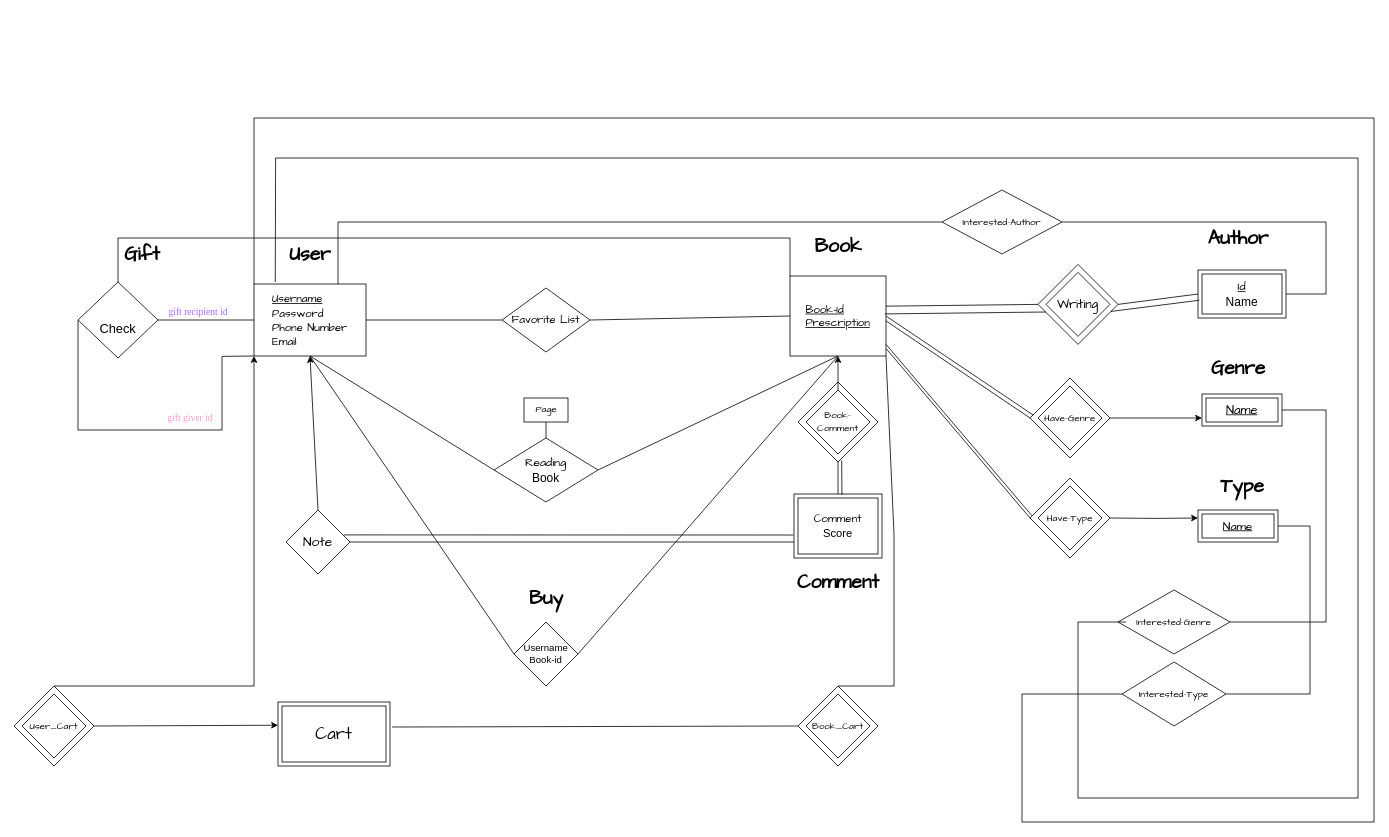
Earlier version of the draw.io diagram Untitled Diagram.drawio (fatemehprb/ER-Diagram). Source tidied: cells renumbered, new cells numbered last; positions are measured from the earlier drawing's top-left corner, leaving out a move shared by most shapes. Both pictures are drawn from the tidied source at 80%, with x=0, y=0 at pixel (14, 118).
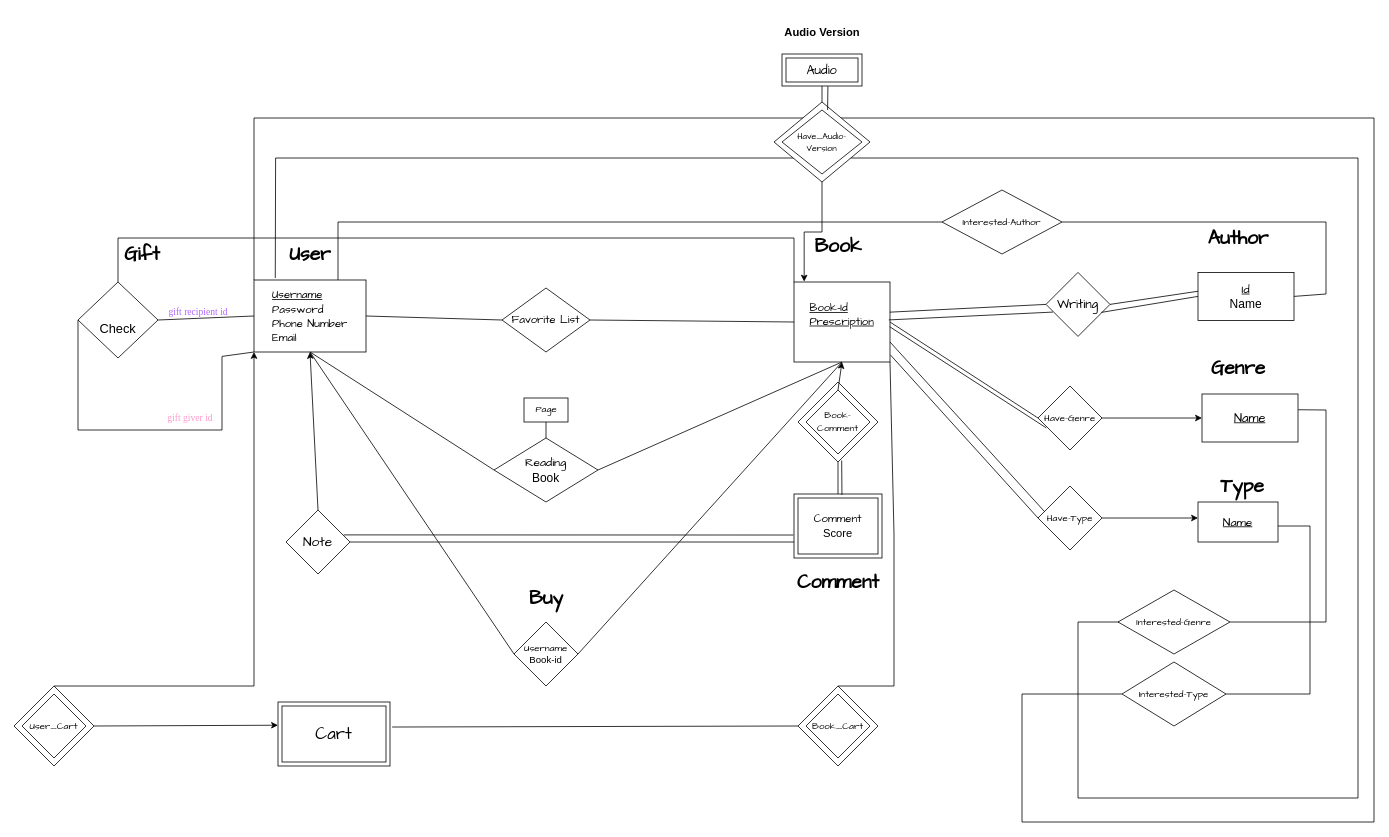
The same diagram, later.

Commit message:
Adio version entity was added

The change refers to these unchanged cells:
```xml
<mxCell id="39" value="&lt;font style=&quot;font-size: 16px;&quot;&gt;&lt;br&gt;&lt;/font&gt;&lt;div style=&quot;font-size: 16px;&quot;&gt;&lt;font style=&quot;font-size: 16px;&quot; face=&quot;c_LbgyrrG6FDdpBPeejG&quot;&gt;Check&lt;br&gt;&lt;/font&gt;&lt;/div&gt;" style="rhombus;whiteSpace=wrap;html=1;" parent="1" vertex="1">
  <mxGeometry x="80" y="205" width="100" height="95" as="geometry" />
</mxCell>
<mxCell id="50" value="&lt;font style=&quot;font-size: 16px;&quot; face=&quot;Comic Sans MS&quot;&gt;Writing&lt;/font&gt;" style="rhombus;whiteSpace=wrap;html=1;" parent="1" vertex="1">
  <mxGeometry x="1290" y="193" width="80" height="80" as="geometry" />
</mxCell>
<mxCell id="57" value="&lt;font face=&quot;Comic Sans MS&quot;&gt;Have-Genre&lt;/font&gt;" style="rhombus;whiteSpace=wrap;html=1;" parent="1" vertex="1">
  <mxGeometry x="1280" y="335" width="80" height="80" as="geometry" />
</mxCell>
<mxCell id="63" value="&lt;font face=&quot;Comic Sans MS&quot;&gt;Have-Type&lt;/font&gt;" style="rhombus;whiteSpace=wrap;html=1;" parent="1" vertex="1">
  <mxGeometry x="1280" y="460" width="80" height="80" as="geometry" />
</mxCell>
<mxCell id="69" value="&lt;font face=&quot;Comic Sans MS&quot;&gt;Interested-Genre&lt;/font&gt;" style="rhombus;whiteSpace=wrap;html=1;" parent="1" vertex="1">
  <mxGeometry x="1380" y="590" width="140" height="80" as="geometry" />
</mxCell>
<mxCell id="70" value="&lt;font face=&quot;Comic Sans MS&quot;&gt;Interested-Type&lt;/font&gt;" style="rhombus;whiteSpace=wrap;html=1;" parent="1" vertex="1">
  <mxGeometry x="1385" y="680" width="130" height="80" as="geometry" />
</mxCell>
```

Change to the diagram source:
```diff
@@
-    <mxCell id="2" style="rhombus;whiteSpace=wrap;html=1;" parent="1" vertex="1">
-      <mxGeometry x="1270" y="450" width="100" height="100" as="geometry" />
-    </mxCell>
+    <mxCell id="71" style="endArrow=none;html=1;rounded=0;entryX=0.071;entryY=0.5;entryDx=0;entryDy=0;entryPerimeter=0;exitX=0.19;exitY=-0.028;exitDx=0;exitDy=0;exitPerimeter=0;" parent="1" edge="1" source="10" target="69">
+      <mxGeometry relative="1" as="geometry">
+        <Array as="points">
+          <mxPoint x="327" y="50" />
+          <mxPoint x="1680" y="50" />
+          <mxPoint x="1680" y="850" />
+          <mxPoint x="1330" y="850" />
+          <mxPoint x="1330" y="630" />
+        </Array>
+      </mxGeometry>
+    </mxCell>
+    <mxCell id="73" style="endArrow=none;html=1;rounded=0;exitX=0;exitY=0.5;exitDx=0;exitDy=0;entryX=0;entryY=0;entryDx=0;entryDy=0;" parent="1" edge="1" source="70" target="10">
+      <mxGeometry relative="1" as="geometry">
+        <Array as="points">
+          <mxPoint x="1260" y="720" />
+          <mxPoint x="1260" y="880" />
+          <mxPoint x="1700" y="880" />
+          <mxPoint x="1700" />
+          <mxPoint x="300" />
+        </Array>
+      </mxGeometry>
+    </mxCell>
+    <mxCell id="76" style="rhombus;whiteSpace=wrap;html=1;" parent="1" vertex="1">
+      <mxGeometry x="950" y="-20" width="120" height="100" as="geometry" />
+    </mxCell>
-    <mxCell id="3" style="edgeStyle=orthogonalEdgeStyle;rounded=0;jettySize=auto;html=1;exitX=1;exitY=0.5;exitDx=0;exitDy=0;entryX=0;entryY=0.75;entryDx=0;entryDy=0;" parent="1" edge="1" source="4" target="55">
-      <mxGeometry relative="1" as="geometry" />
+    <mxCell id="3" style="edgeStyle=orthogonalEdgeStyle;rounded=0;jettySize=auto;html=1;entryX=0;entryY=0.75;entryDx=0;entryDy=0;exitX=0.966;exitY=0.5;exitDx=0;exitDy=0;exitPerimeter=0;" parent="1" edge="1" source="57">
+      <mxGeometry relative="1" as="geometry">
+        <mxPoint x="1485" y="375" as="targetPoint" />
+      </mxGeometry>
     </mxCell>
-    <mxCell id="4" style="rhombus;whiteSpace=wrap;html=1;" parent="1" vertex="1">
-      <mxGeometry x="1270" y="325" width="100" height="100" as="geometry" />
-    </mxCell>
-    <mxCell id="5" style="rhombus;whiteSpace=wrap;html=1;" parent="1" vertex="1">
-      <mxGeometry x="1280" y="183" width="100" height="100" as="geometry" />
-    </mxCell>
@@
     <mxCell id="10" value="&lt;div style=&quot;font-size: 14px;&quot; align=&quot;left&quot;&gt;&lt;font face=&quot;Comic Sans MS&quot;&gt;&lt;u&gt;Username&lt;/u&gt;&lt;/font&gt;&lt;/div&gt;&lt;div style=&quot;font-size: 14px;&quot; align=&quot;left&quot;&gt;&lt;font face=&quot;Comic Sans MS&quot;&gt;Password&lt;/font&gt;&lt;/div&gt;&lt;div style=&quot;font-size: 14px;&quot; align=&quot;left&quot;&gt;&lt;font face=&quot;Comic Sans MS&quot;&gt;Phone Number&lt;/font&gt;&lt;/div&gt;&lt;div style=&quot;font-size: 14px;&quot; align=&quot;left&quot;&gt;&lt;font face=&quot;Comic Sans MS&quot;&gt;Email&lt;br&gt;&lt;/font&gt;&lt;/div&gt;" style="rounded=0;whiteSpace=wrap;html=1;" parent="1" vertex="1">
-      <mxGeometry x="300" y="207.5" width="140" height="90" as="geometry" />
+      <mxGeometry x="300" y="202.5" width="140" height="90" as="geometry" />
     </mxCell>
@@
-    <mxCell id="12" value="&lt;div align=&quot;left&quot; style=&quot;font-size: 14px;&quot;&gt;&lt;font style=&quot;font-size: 14px;&quot;&gt;&lt;u&gt;Book-Id&lt;/u&gt;&lt;/font&gt;&lt;/div&gt;&lt;div align=&quot;left&quot; style=&quot;font-size: 14px;&quot;&gt;&lt;font style=&quot;font-size: 14px;&quot;&gt;&lt;u&gt;Prescription&lt;/u&gt;&lt;/font&gt;&lt;/div&gt;" style="rounded=0;whiteSpace=wrap;html=1;fontFamily=Comic Sans MS;" parent="1" vertex="1">
-      <mxGeometry x="970" y="197.5" width="120" height="100" as="geometry" />
+    <mxCell id="12" value="&lt;div align=&quot;left&quot; style=&quot;font-size: 14px;&quot;&gt;&lt;font style=&quot;font-size: 14px;&quot;&gt;&lt;u&gt;Book-Id&lt;/u&gt;&lt;/font&gt;&lt;/div&gt;&lt;div align=&quot;left&quot; style=&quot;font-size: 14px;&quot;&gt;&lt;font style=&quot;font-size: 14px;&quot;&gt;&lt;u&gt;Prescription&lt;/u&gt;&lt;/font&gt;&lt;/div&gt;&lt;div align=&quot;left&quot; style=&quot;font-size: 14px;&quot;&gt;&lt;font style=&quot;font-size: 14px;&quot;&gt;&lt;u&gt;&lt;br&gt;&lt;/u&gt;&lt;/font&gt;&lt;/div&gt;" style="rounded=0;whiteSpace=wrap;html=1;fontFamily=Comic Sans MS;" parent="1" vertex="1">
+      <mxGeometry x="975" y="205" width="120" height="100" as="geometry" />
     </mxCell>
@@
-    <mxCell id="28" value="&lt;div&gt;Username&lt;/div&gt;&lt;div&gt;Book-id&lt;br&gt;&lt;/div&gt;" style="rhombus;whiteSpace=wrap;html=1;" parent="1" vertex="1">
+    <mxCell id="28" value="&lt;div&gt;&lt;font face=&quot;Comic Sans MS&quot;&gt;Username&lt;/font&gt;&lt;/div&gt;&lt;div&gt;&lt;font face=&quot;L2Dm1wsvutH76fv0rr43&quot;&gt;Book-id&lt;br&gt;&lt;/font&gt;&lt;/div&gt;" style="rhombus;whiteSpace=wrap;html=1;" parent="1" vertex="1">
       <mxGeometry x="625" y="630" width="80" height="80" as="geometry" />
     </mxCell>
@@
     <mxCell id="45" style="endArrow=none;html=1;rounded=0;exitX=0.5;exitY=0;exitDx=0;exitDy=0;entryX=0;entryY=0;entryDx=0;entryDy=0;" parent="1" edge="1" source="39" target="12">
       <mxGeometry relative="1" as="geometry">
         <Array as="points">
           <mxPoint x="130" y="150" />
           <mxPoint x="630" y="150" />
-          <mxPoint x="970" y="150" />
+          <mxPoint x="975" y="150" />
         </Array>
       </mxGeometry>
     </mxCell>
@@
-    <mxCell id="49" value="&lt;div style=&quot;font-size: 15px;&quot;&gt;&lt;font style=&quot;font-size: 15px;&quot; face=&quot;Comic Sans MS&quot;&gt;&lt;u&gt;Id&lt;/u&gt;&lt;/font&gt;&lt;/div&gt;&lt;div style=&quot;font-size: 15px;&quot;&gt;&lt;font style=&quot;font-size: 15px;&quot; face=&quot;vWf6hatJAO0ed1MXztRa&quot;&gt;&lt;font style=&quot;font-size: 15px;&quot;&gt;Name&lt;/font&gt;&lt;/font&gt;&lt;font style=&quot;font-size: 15px;&quot; face=&quot;vWf6hatJAO0ed1MXztRa&quot;&gt;&lt;br&gt;&lt;/font&gt;&lt;/div&gt;" style="shape=ext;margin=3;double=1;whiteSpace=wrap;html=1;align=center;" parent="1" vertex="1">
-      <mxGeometry x="1480" y="190" width="110" height="60" as="geometry" />
-    </mxCell>
@@
-    <mxCell id="51" style="endArrow=none;html=1;rounded=0;entryX=0;entryY=0.5;entryDx=0;entryDy=0;exitX=1;exitY=0.5;exitDx=0;exitDy=0;" parent="1" edge="1" source="5" target="49">
+    <mxCell id="51" style="endArrow=none;html=1;rounded=0;entryX=0.012;entryY=0.389;entryDx=0;entryDy=0;exitX=1;exitY=0.5;exitDx=0;exitDy=0;entryPerimeter=0;" parent="1" edge="1" source="50" target="49">
       <mxGeometry relative="1" as="geometry" />
     </mxCell>
-    <mxCell id="52" style="endArrow=none;html=1;rounded=0;entryX=0;entryY=0.5;entryDx=0;entryDy=0;exitX=0.998;exitY=0.377;exitDx=0;exitDy=0;exitPerimeter=0;" parent="1" edge="1" source="12" target="5">
+    <mxCell id="52" style="endArrow=none;html=1;rounded=0;entryX=0;entryY=0.5;entryDx=0;entryDy=0;exitX=0.998;exitY=0.377;exitDx=0;exitDy=0;exitPerimeter=0;" parent="1" edge="1" source="12" target="50">
       <mxGeometry relative="1" as="geometry" />
     </mxCell>
-    <mxCell id="53" style="endArrow=none;html=1;rounded=0;entryX=0.015;entryY=0.63;entryDx=0;entryDy=0;exitX=0.911;exitY=0.588;exitDx=0;exitDy=0;exitPerimeter=0;entryPerimeter=0;" parent="1" edge="1" source="5" target="49">
+    <mxCell id="53" style="endArrow=none;html=1;rounded=0;entryX=0;entryY=0.5;entryDx=0;entryDy=0;exitX=0.864;exitY=0.625;exitDx=0;exitDy=0;exitPerimeter=0;" parent="1" edge="1" source="50" target="49">
       <mxGeometry relative="1" as="geometry" />
     </mxCell>
-    <mxCell id="54" style="endArrow=none;html=1;rounded=0;exitX=0.988;exitY=0.474;exitDx=0;exitDy=0;exitPerimeter=0;" parent="1" edge="1" source="12">
-      <mxGeometry relative="1" as="geometry">
-        <mxPoint x="1290" y="242.5" as="targetPoint" />
-      </mxGeometry>
+    <mxCell id="54" style="endArrow=none;html=1;rounded=0;exitX=0.988;exitY=0.474;exitDx=0;exitDy=0;exitPerimeter=0;entryX=0.109;entryY=0.62;entryDx=0;entryDy=0;entryPerimeter=0;" parent="1" edge="1" source="12" target="50">
+      <mxGeometry relative="1" as="geometry" />
     </mxCell>
-    <mxCell id="55" value="&lt;div&gt;&lt;font style=&quot;font-size: 16px;&quot; face=&quot;Comic Sans MS&quot;&gt;&lt;u&gt;Name&lt;/u&gt;&lt;/font&gt;&lt;/div&gt;" style="shape=ext;margin=3;double=1;whiteSpace=wrap;html=1;align=center;" parent="1" vertex="1">
-      <mxGeometry x="1485" y="345" width="100" height="40" as="geometry" />
-    </mxCell>
@@
-    <mxCell id="58" style="endArrow=none;html=1;rounded=0;exitX=1;exitY=0.5;exitDx=0;exitDy=0;entryX=0.041;entryY=0.464;entryDx=0;entryDy=0;entryPerimeter=0;" parent="1" edge="1" source="12" target="4">
+    <mxCell id="58" style="endArrow=none;html=1;rounded=0;exitX=1;exitY=0.5;exitDx=0;exitDy=0;entryX=0;entryY=0.5;entryDx=0;entryDy=0;" parent="1" edge="1" source="12" target="57">
       <mxGeometry relative="1" as="geometry" />
     </mxCell>
-    <mxCell id="59" style="endArrow=none;html=1;rounded=0;exitX=0.997;exitY=0.559;exitDx=0;exitDy=0;exitPerimeter=0;entryX=0;entryY=0.5;entryDx=0;entryDy=0;" parent="1" edge="1" source="12" target="4">
+    <mxCell id="59" style="endArrow=none;html=1;rounded=0;exitX=0.997;exitY=0.559;exitDx=0;exitDy=0;exitPerimeter=0;entryX=0.13;entryY=0.655;entryDx=0;entryDy=0;entryPerimeter=0;" parent="1" edge="1" source="12" target="57">
       <mxGeometry relative="1" as="geometry" />
     </mxCell>
-    <mxCell id="60" value="&lt;font style=&quot;font-size: 15px;&quot; face=&quot;Comic Sans MS&quot;&gt;&lt;u&gt;Name&lt;/u&gt;&lt;/font&gt;" style="shape=ext;margin=3;double=1;whiteSpace=wrap;html=1;align=center;" parent="1" vertex="1">
-      <mxGeometry x="1480" y="490" width="100" height="40" as="geometry" />
-    </mxCell>
@@
-    <mxCell id="62" style="edgeStyle=orthogonalEdgeStyle;rounded=0;jettySize=auto;html=1;entryX=0;entryY=0.25;entryDx=0;entryDy=0;" parent="1" edge="1" target="60">
+    <mxCell id="62" style="edgeStyle=orthogonalEdgeStyle;rounded=0;jettySize=auto;html=1;entryX=0;entryY=0.25;entryDx=0;entryDy=0;exitX=1;exitY=0.5;exitDx=0;exitDy=0;" parent="1" edge="1" source="63">
       <mxGeometry relative="1" as="geometry">
-        <mxPoint x="1370" y="500" as="sourcePoint" />
+        <mxPoint x="1480" y="500" as="targetPoint" />
       </mxGeometry>
     </mxCell>
@@
-    <mxCell id="64" style="endArrow=none;html=1;rounded=0;exitX=0;exitY=0.5;exitDx=0;exitDy=0;entryX=1.004;entryY=0.911;entryDx=0;entryDy=0;entryPerimeter=0;" parent="1" edge="1" source="2" target="12">
+    <mxCell id="64" style="endArrow=none;html=1;rounded=0;entryX=1.004;entryY=0.911;entryDx=0;entryDy=0;entryPerimeter=0;exitX=0;exitY=0.5;exitDx=0;exitDy=0;" parent="1" edge="1" source="63" target="12">
       <mxGeometry relative="1" as="geometry" />
     </mxCell>
-    <mxCell id="65" style="endArrow=none;html=1;rounded=0;exitX=0.025;exitY=0.472;exitDx=0;exitDy=0;exitPerimeter=0;entryX=0.999;entryY=0.853;entryDx=0;entryDy=0;entryPerimeter=0;" parent="1" edge="1" source="2" target="12">
+    <mxCell id="65" style="endArrow=none;html=1;rounded=0;exitX=0.107;exitY=0.405;exitDx=0;exitDy=0;entryX=1;entryY=0.75;entryDx=0;entryDy=0;exitPerimeter=0;" parent="1" edge="1" source="63" target="12">
       <mxGeometry relative="1" as="geometry" />
     </mxCell>
@@
-    <mxCell id="71" style="endArrow=none;html=1;rounded=0;entryX=0.071;entryY=0.5;entryDx=0;entryDy=0;entryPerimeter=0;exitX=0.19;exitY=-0.028;exitDx=0;exitDy=0;exitPerimeter=0;" parent="1" edge="1" source="10" target="69">
-      <mxGeometry relative="1" as="geometry">
-        <Array as="points">
-          <mxPoint x="327" y="50" />
-          <mxPoint x="1680" y="50" />
-          <mxPoint x="1680" y="850" />
-          <mxPoint x="1330" y="850" />
-          <mxPoint x="1330" y="630" />
-        </Array>
-      </mxGeometry>
-    </mxCell>
-    <mxCell id="72" style="endArrow=none;html=1;rounded=0;entryX=1;entryY=0.5;entryDx=0;entryDy=0;exitX=1;exitY=0.5;exitDx=0;exitDy=0;" parent="1" edge="1" source="55" target="69">
+    <mxCell id="72" style="endArrow=none;html=1;rounded=0;entryX=1;entryY=0.5;entryDx=0;entryDy=0;exitX=1.002;exitY=0.328;exitDx=0;exitDy=0;exitPerimeter=0;" parent="1" edge="1" source="77" target="69">
       <mxGeometry relative="1" as="geometry">
         <Array as="points">
           <mxPoint x="1640" y="365" />
           <mxPoint x="1640" y="630" />
         </Array>
       </mxGeometry>
     </mxCell>
-    <mxCell id="73" style="endArrow=none;html=1;rounded=0;exitX=0;exitY=0.5;exitDx=0;exitDy=0;entryX=0;entryY=0;entryDx=0;entryDy=0;" parent="1" edge="1" source="70" target="10">
-      <mxGeometry relative="1" as="geometry">
-        <Array as="points">
-          <mxPoint x="1260" y="720" />
-          <mxPoint x="1260" y="880" />
-          <mxPoint x="1700" y="880" />
-          <mxPoint x="1700" />
-          <mxPoint x="300" />
-        </Array>
-      </mxGeometry>
-    </mxCell>
-    <mxCell id="74" style="endArrow=none;html=1;rounded=0;entryX=1;entryY=0.5;entryDx=0;entryDy=0;exitX=1;exitY=0.5;exitDx=0;exitDy=0;" parent="1" edge="1" source="60" target="70">
+    <mxCell id="74" style="endArrow=none;html=1;rounded=0;entryX=1;entryY=0.5;entryDx=0;entryDy=0;exitX=1;exitY=0.5;exitDx=0;exitDy=0;" parent="1" edge="1" target="70">
       <mxGeometry relative="1" as="geometry">
+        <mxPoint x="1580" y="510" as="sourcePoint" />
         <Array as="points">
           <mxPoint x="1620" y="510" />
           <mxPoint x="1620" y="720" />
         </Array>
       </mxGeometry>
     </mxCell>
@@
+    <mxCell id="49" value="&lt;div style=&quot;font-size: 15px;&quot;&gt;&lt;font style=&quot;font-size: 15px;&quot; face=&quot;Comic Sans MS&quot;&gt;&lt;u&gt;Id&lt;/u&gt;&lt;/font&gt;&lt;/div&gt;&lt;div style=&quot;font-size: 15px;&quot;&gt;&lt;font style=&quot;font-size: 15px;&quot; face=&quot;vWf6hatJAO0ed1MXztRa&quot;&gt;&lt;font style=&quot;font-size: 15px;&quot;&gt;Name&lt;/font&gt;&lt;/font&gt;&lt;font style=&quot;font-size: 15px;&quot; face=&quot;vWf6hatJAO0ed1MXztRa&quot;&gt;&lt;br&gt;&lt;/font&gt;&lt;/div&gt;" style="rounded=0;whiteSpace=wrap;html=1;" parent="1" vertex="1">
+      <mxGeometry x="1480" y="193" width="120" height="60" as="geometry" />
+    </mxCell>
+    <mxCell id="77" value="&lt;div&gt;&lt;font style=&quot;font-size: 16px;&quot; face=&quot;Comic Sans MS&quot;&gt;&lt;u&gt;Name&lt;/u&gt;&lt;/font&gt;&lt;/div&gt;" style="rounded=0;whiteSpace=wrap;html=1;" parent="1" vertex="1">
+      <mxGeometry x="1485" y="345" width="120" height="60" as="geometry" />
+    </mxCell>
+    <mxCell id="78" value="&lt;font style=&quot;font-size: 15px;&quot; face=&quot;Comic Sans MS&quot;&gt;&lt;u&gt;Name&lt;/u&gt;&lt;/font&gt;" style="rounded=0;whiteSpace=wrap;html=1;" parent="1" vertex="1">
+      <mxGeometry x="1480" y="480" width="100" height="50" as="geometry" />
+    </mxCell>
+    <mxCell id="79" value="&lt;font style=&quot;font-size: 16px;&quot; face=&quot;Comic Sans MS&quot;&gt;Audio&lt;/font&gt;" style="shape=ext;margin=3;double=1;whiteSpace=wrap;html=1;align=center;" parent="1" vertex="1">
+      <mxGeometry x="960" y="-80" width="100" height="40" as="geometry" />
+    </mxCell>
+    <mxCell id="80" value="&lt;font style=&quot;font-size: 14px;&quot;&gt;Audio Version&lt;u&gt;&lt;br&gt;&lt;/u&gt;&lt;/font&gt;" style="text;strokeColor=none;fillColor=none;html=1;fontSize=24;fontStyle=1;verticalAlign=middle;align=center;" parent="1" vertex="1">
+      <mxGeometry x="960" y="-130" width="100" height="40" as="geometry" />
+    </mxCell>
+    <mxCell id="81" value="&lt;font style=&quot;font-size: 11px;&quot; face=&quot;Comic Sans MS&quot;&gt;Have_Audio-Version&lt;/font&gt;" style="rhombus;whiteSpace=wrap;html=1;" parent="1" vertex="1">
+      <mxGeometry x="960" y="-10" width="100" height="80" as="geometry" />
+    </mxCell>
+    <mxCell id="82" style="endArrow=none;html=1;rounded=0;entryX=0.574;entryY=1.009;entryDx=0;entryDy=0;entryPerimeter=0;" parent="1" edge="1" target="79">
+      <mxGeometry relative="1" as="geometry">
+        <mxPoint x="1017" y="-10" as="sourcePoint" />
+      </mxGeometry>
+    </mxCell>
+    <mxCell id="83" style="endArrow=none;html=1;rounded=0;entryX=0.5;entryY=1;entryDx=0;entryDy=0;exitX=0.5;exitY=0;exitDx=0;exitDy=0;" parent="1" edge="1" source="76" target="79">
+      <mxGeometry relative="1" as="geometry" />
+    </mxCell>
+    <mxCell id="84" style="edgeStyle=orthogonalEdgeStyle;rounded=0;jettySize=auto;html=1;exitX=0.5;exitY=1;exitDx=0;exitDy=0;entryX=0.106;entryY=-0.005;entryDx=0;entryDy=0;entryPerimeter=0;" parent="1" edge="1" source="76" target="12">
+      <mxGeometry relative="1" as="geometry" />
+    </mxCell>
```
